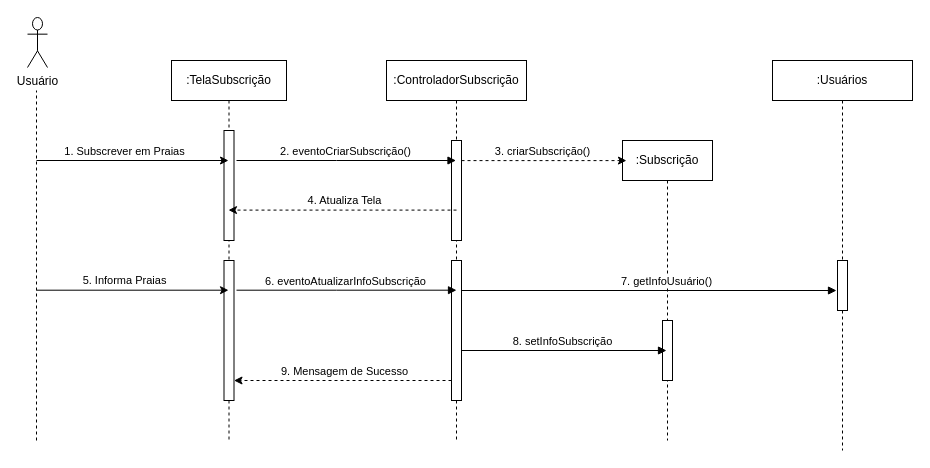
Before: src/drawio/Cadastrar-Praia.drawio in Hatz-D/Litoral-Puro-RJ, a draw.io diagram. Source tidied: cells renumbered, new cells numbered last; positions are measured from the earlier drawing's top-left corner, leaving out a move shared by most shapes. Both pictures are drawn from the tidied source at 100%, with x=0, y=0 at pixel (27, 17).
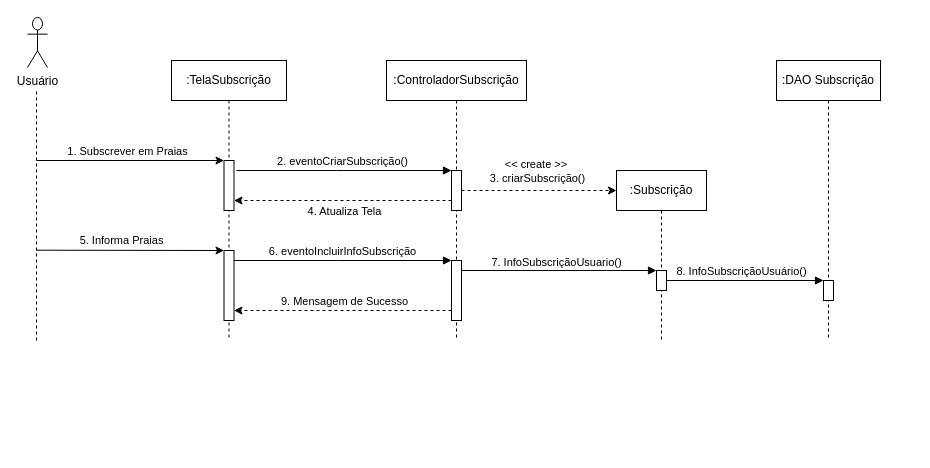
The same diagram, later.

The edit, as a diff of the source:
```diff
@@
     <mxCell id="2" value=":TelaSubscrição" style="shape=umlLifeline;perimeter=lifelinePerimeter;whiteSpace=wrap;html=1;outlineConnect=0;portConstraint=eastwest;newEdgeStyle={&quot;edgeStyle&quot;:&quot;elbowEdgeStyle&quot;,&quot;elbow&quot;:&quot;vertical&quot;,&quot;curved&quot;:0,&quot;rounded&quot;:0};" parent="1" vertex="1">
-      <mxGeometry x="144" y="43" width="115" height="380" as="geometry" />
+      <mxGeometry x="144" y="43" width="115" height="280" as="geometry" />
     </mxCell>
     <mxCell id="3" style="html=1;points=[];perimeter=orthogonalPerimeter;outlineConnect=0;targetShapes=umlLifeline;portConstraint=eastwest;newEdgeStyle={&quot;edgeStyle&quot;:&quot;elbowEdgeStyle&quot;,&quot;elbow&quot;:&quot;vertical&quot;,&quot;curved&quot;:0,&quot;rounded&quot;:0};" parent="2" vertex="1">
-      <mxGeometry x="52.5" y="70" width="10" height="110" as="geometry" />
+      <mxGeometry x="52.5" y="100" width="10" height="50" as="geometry" />
     </mxCell>
     <mxCell id="4" style="html=1;points=[];perimeter=orthogonalPerimeter;outlineConnect=0;targetShapes=umlLifeline;portConstraint=eastwest;newEdgeStyle={&quot;edgeStyle&quot;:&quot;elbowEdgeStyle&quot;,&quot;elbow&quot;:&quot;vertical&quot;,&quot;curved&quot;:0,&quot;rounded&quot;:0};" parent="2" vertex="1">
-      <mxGeometry x="52.5" y="200" width="10" height="140" as="geometry" />
+      <mxGeometry x="52.5" y="190" width="10" height="70" as="geometry" />
     </mxCell>
+    <mxCell id="19" style="endArrow=classic;html=1;rounded=0;" parent="2" edge="1" target="4">
+      <mxGeometry relative="1" as="geometry">
+        <mxPoint x="-135" y="189.7" as="sourcePoint" />
+      </mxGeometry>
+    </mxCell>
+    <mxCell id="20" value="5. Informa Praias" style="edgeLabel;html=1;align=center;verticalAlign=middle;" parent="19" vertex="1">
+      <mxGeometry x="-0.09" y="-1" relative="1" as="geometry">
+        <mxPoint y="-11" as="offset" />
+      </mxGeometry>
+    </mxCell>
     <mxCell id="5" value=":ControladorSubscrição" style="shape=umlLifeline;perimeter=lifelinePerimeter;whiteSpace=wrap;html=1;outlineConnect=0;portConstraint=eastwest;newEdgeStyle={&quot;edgeStyle&quot;:&quot;elbowEdgeStyle&quot;,&quot;elbow&quot;:&quot;vertical&quot;,&quot;curved&quot;:0,&quot;rounded&quot;:0};" parent="1" vertex="1">
-      <mxGeometry x="359" y="43" width="140" height="380" as="geometry" />
+      <mxGeometry x="359" y="43" width="140" height="280" as="geometry" />
     </mxCell>
     <mxCell id="6" style="html=1;points=[];perimeter=orthogonalPerimeter;outlineConnect=0;targetShapes=umlLifeline;portConstraint=eastwest;newEdgeStyle={&quot;edgeStyle&quot;:&quot;elbowEdgeStyle&quot;,&quot;elbow&quot;:&quot;vertical&quot;,&quot;curved&quot;:0,&quot;rounded&quot;:0};" parent="5" vertex="1">
-      <mxGeometry x="65" y="80" width="10" height="100" as="geometry" />
+      <mxGeometry x="65" y="110" width="10" height="40" as="geometry" />
     </mxCell>
     <mxCell id="7" style="html=1;points=[];perimeter=orthogonalPerimeter;outlineConnect=0;targetShapes=umlLifeline;portConstraint=eastwest;newEdgeStyle={&quot;edgeStyle&quot;:&quot;elbowEdgeStyle&quot;,&quot;elbow&quot;:&quot;vertical&quot;,&quot;curved&quot;:0,&quot;rounded&quot;:0};" parent="5" vertex="1">
-      <mxGeometry x="65" y="200" width="10" height="140" as="geometry" />
+      <mxGeometry x="65" y="200" width="10" height="60" as="geometry" />
     </mxCell>
-    <mxCell id="8" value="2. eventoCriarSubscrição()" style="html=1;verticalAlign=bottom;endArrow=block;edgeStyle=elbowEdgeStyle;elbow=vertical;curved=0;rounded=0;" parent="1" edge="1" target="5">
+    <mxCell id="8" value="2. eventoCriarSubscrição()" style="html=1;verticalAlign=bottom;endArrow=block;edgeStyle=elbowEdgeStyle;elbow=vertical;curved=0;rounded=0;" parent="1" edge="1">
       <mxGeometry x="-0.01" relative="1" as="geometry">
-        <mxPoint x="209" y="143" as="sourcePoint" />
+        <mxPoint x="209" y="153" as="sourcePoint" />
+        <mxPoint x="424" y="153" as="targetPoint" />
         <Array as="points">
-          <mxPoint x="309" y="143" />
+          <mxPoint x="309" y="153" />
         </Array>
       </mxGeometry>
     </mxCell>
     <mxCell id="9" style="endArrow=none;dashed=1;html=1;rounded=0;" parent="1" edge="1">
       <mxGeometry relative="1" as="geometry">
-        <mxPoint x="9" y="423" as="sourcePoint" />
+        <mxPoint x="9" y="323" as="sourcePoint" />
         <mxPoint x="9" y="73" as="targetPoint" />
       </mxGeometry>
     </mxCell>
@@
-    <mxCell id="11" style="endArrow=classic;html=1;rounded=0;" parent="1" edge="1" target="2">
+    <mxCell id="11" style="endArrow=classic;html=1;rounded=0;" parent="1" edge="1" target="3">
       <mxGeometry relative="1" as="geometry">
         <mxPoint x="9" y="143" as="sourcePoint" />
       </mxGeometry>
     </mxCell>
     <mxCell id="12" value="1. Subscrever em Praias" style="edgeLabel;html=1;align=center;verticalAlign=middle;" parent="11" vertex="1">
       <mxGeometry x="-0.09" y="-1" relative="1" as="geometry">
-        <mxPoint y="-11" as="offset" />
+        <mxPoint x="5" y="-11" as="offset" />
       </mxGeometry>
     </mxCell>
-    <mxCell id="13" value=":Subscrição" style="shape=umlLifeline;perimeter=lifelinePerimeter;whiteSpace=wrap;html=1;outlineConnect=0;portConstraint=eastwest;newEdgeStyle={&quot;edgeStyle&quot;:&quot;elbowEdgeStyle&quot;,&quot;elbow&quot;:&quot;vertical&quot;,&quot;curved&quot;:0,&quot;rounded&quot;:0};" parent="1" vertex="1">
-      <mxGeometry x="595" y="123" width="90" height="300" as="geometry" />
+    <mxCell id="13" value=":DAO Subscrição" style="shape=umlLifeline;perimeter=lifelinePerimeter;whiteSpace=wrap;html=1;outlineConnect=0;portConstraint=eastwest;newEdgeStyle={&quot;edgeStyle&quot;:&quot;elbowEdgeStyle&quot;,&quot;elbow&quot;:&quot;vertical&quot;,&quot;curved&quot;:0,&quot;rounded&quot;:0};" parent="1" vertex="1">
+      <mxGeometry x="749" y="43" width="104" height="280" as="geometry" />
     </mxCell>
-    <mxCell id="14" style="html=1;points=[];perimeter=orthogonalPerimeter;outlineConnect=0;targetShapes=umlLifeline;portConstraint=eastwest;newEdgeStyle={&quot;edgeStyle&quot;:&quot;elbowEdgeStyle&quot;,&quot;elbow&quot;:&quot;vertical&quot;,&quot;curved&quot;:0,&quot;rounded&quot;:0};" parent="13" vertex="1">
-      <mxGeometry x="40" y="180" width="10" height="60" as="geometry" />
-    </mxCell>
+    <mxCell id="28" style="html=1;perimeter=orthogonalPerimeter;targetShapes=umlLifeline;newEdgeStyle={&quot;edgeStyle&quot;:&quot;elbowEdgeStyle&quot;,&quot;elbow&quot;:&quot;vertical&quot;,&quot;curved&quot;:0,&quot;rounded&quot;:0};" parent="13" vertex="1">
+      <mxGeometry x="47" y="220" width="10" height="20" as="geometry" />
+    </mxCell>
-    <mxCell id="15" style="endArrow=classic;html=1;rounded=0;dashed=1;entryX=0.044;entryY=0.067;entryDx=0;entryDy=0;entryPerimeter=0;" parent="1" edge="1" source="6" target="13">
-      <mxGeometry relative="1" as="geometry" />
+    <mxCell id="15" style="endArrow=classic;html=1;rounded=0;dashed=1;" parent="1" edge="1">
+      <mxGeometry relative="1" as="geometry">
+        <mxPoint x="434" y="173" as="sourcePoint" />
+        <mxPoint x="589" y="173" as="targetPoint" />
+        <Array as="points">
+          <mxPoint x="519" y="173" />
+        </Array>
+      </mxGeometry>
     </mxCell>
-    <mxCell id="16" value="3. criarSubscrição()" style="edgeLabel;html=1;align=center;verticalAlign=middle;" parent="15" vertex="1">
+    <mxCell id="16" value="&amp;lt;&amp;lt; create &amp;gt;&amp;gt;&amp;nbsp;&lt;br&gt;&lt;div&gt;3. criarSubscrição()&lt;/div&gt;" style="edgeLabel;html=1;align=center;verticalAlign=middle;" parent="15" vertex="1">
       <mxGeometry x="-0.02" y="-3" relative="1" as="geometry">
-        <mxPoint x="-1" y="-13" as="offset" />
+        <mxPoint x="-1" y="-23" as="offset" />
       </mxGeometry>
     </mxCell>
-    <mxCell id="17" style="endArrow=classic;html=1;rounded=0;dashed=1;" parent="1" edge="1" target="2">
+    <mxCell id="17" style="endArrow=classic;html=1;rounded=0;dashed=1;" parent="1" edge="1">
       <mxGeometry relative="1" as="geometry">
-        <mxPoint x="429" y="192.6" as="sourcePoint" />
+        <mxPoint x="424" y="183" as="sourcePoint" />
+        <mxPoint x="206.5" y="183" as="targetPoint" />
       </mxGeometry>
     </mxCell>
     <mxCell id="18" value="4. Atualiza Tela" style="edgeLabel;html=1;align=center;verticalAlign=middle;" parent="17" vertex="1">
       <mxGeometry x="-0.02" y="-3" relative="1" as="geometry">
-        <mxPoint x="-1" y="-7" as="offset" />
+        <mxPoint x="-1" y="13" as="offset" />
       </mxGeometry>
     </mxCell>
-    <mxCell id="19" style="endArrow=classic;html=1;rounded=0;" parent="1" edge="1">
-      <mxGeometry relative="1" as="geometry">
-        <mxPoint x="9" y="272.7" as="sourcePoint" />
-        <mxPoint x="201" y="272.7" as="targetPoint" />
-      </mxGeometry>
-    </mxCell>
-    <mxCell id="20" value="5. Informa Praias" style="edgeLabel;html=1;align=center;verticalAlign=middle;" parent="19" vertex="1">
-      <mxGeometry x="-0.09" y="-1" relative="1" as="geometry">
-        <mxPoint y="-11" as="offset" />
-      </mxGeometry>
-    </mxCell>
-    <mxCell id="21" value="6. eventoAtualizarInfoSubscrição" style="html=1;verticalAlign=bottom;endArrow=block;edgeStyle=elbowEdgeStyle;elbow=vertical;curved=0;rounded=0;" parent="1" edge="1">
-      <mxGeometry x="-0.01" relative="1" as="geometry">
-        <mxPoint x="209" y="272.7" as="sourcePoint" />
-        <mxPoint x="429" y="272.7" as="targetPoint" />
-        <Array as="points">
-          <mxPoint x="309" y="272.7" />
-        </Array>
-      </mxGeometry>
-    </mxCell>
-    <mxCell id="22" value="8. setInfoSubscrição" style="html=1;verticalAlign=bottom;endArrow=block;edgeStyle=elbowEdgeStyle;elbow=vertical;curved=0;rounded=0;entryX=0.4;entryY=0.5;entryDx=0;entryDy=0;entryPerimeter=0;" parent="1" edge="1" source="7" target="14">
-      <mxGeometry x="-0.01" relative="1" as="geometry" />
-    </mxCell>
-    <mxCell id="23" value="7. getInfoUsuário()" style="html=1;verticalAlign=bottom;endArrow=block;edgeStyle=elbowEdgeStyle;elbow=vertical;curved=0;rounded=0;" parent="1" edge="1">
-      <mxGeometry x="0.15" relative="1" as="geometry">
-        <mxPoint x="434" y="298" as="sourcePoint" />
-        <mxPoint x="809" y="273" as="targetPoint" />
-        <Array as="points">
-          <mxPoint x="829" y="273" />
-        </Array>
-      </mxGeometry>
-    </mxCell>
-    <mxCell id="24" value=":Usuários" style="shape=umlLifeline;perimeter=lifelinePerimeter;whiteSpace=wrap;html=1;newEdgeStyle={&quot;edgeStyle&quot;:&quot;elbowEdgeStyle&quot;,&quot;elbow&quot;:&quot;vertical&quot;,&quot;curved&quot;:0,&quot;rounded&quot;:0};" parent="1" vertex="1">
-      <mxGeometry x="745" y="43" width="140" height="390" as="geometry" />
-    </mxCell>
-    <mxCell id="25" style="html=1;perimeter=orthogonalPerimeter;targetShapes=umlLifeline;newEdgeStyle={&quot;edgeStyle&quot;:&quot;elbowEdgeStyle&quot;,&quot;elbow&quot;:&quot;vertical&quot;,&quot;curved&quot;:0,&quot;rounded&quot;:0};" parent="24" vertex="1">
-      <mxGeometry x="65" y="200" width="10" height="50" as="geometry" />
-    </mxCell>
+    <mxCell id="29" value=":Subscrição" style="shape=umlLifeline;perimeter=lifelinePerimeter;whiteSpace=wrap;html=1;newEdgeStyle={&quot;edgeStyle&quot;:&quot;elbowEdgeStyle&quot;,&quot;elbow&quot;:&quot;vertical&quot;,&quot;curved&quot;:0,&quot;rounded&quot;:0};" parent="1" vertex="1">
+      <mxGeometry x="589" y="153" width="90" height="170" as="geometry" />
+    </mxCell>
+    <mxCell id="30" style="html=1;perimeter=orthogonalPerimeter;targetShapes=umlLifeline;newEdgeStyle={&quot;edgeStyle&quot;:&quot;elbowEdgeStyle&quot;,&quot;elbow&quot;:&quot;vertical&quot;,&quot;curved&quot;:0,&quot;rounded&quot;:0};" parent="29" vertex="1">
+      <mxGeometry x="40" y="100" width="10" height="20" as="geometry" />
+    </mxCell>
     <mxCell id="26" style="endArrow=classic;html=1;rounded=0;dashed=1;" parent="1" edge="1">
       <mxGeometry relative="1" as="geometry">
-        <mxPoint x="424" y="363" as="sourcePoint" />
-        <mxPoint x="206.5" y="363" as="targetPoint" />
+        <mxPoint x="424" y="293" as="sourcePoint" />
+        <mxPoint x="206.5" y="293" as="targetPoint" />
       </mxGeometry>
     </mxCell>
@@
+    <mxCell id="21" value="6. eventoIncluirInfoSubscrição" style="html=1;verticalAlign=bottom;endArrow=block;edgeStyle=elbowEdgeStyle;elbow=vertical;curved=0;rounded=0;" parent="1" edge="1" source="4">
+      <mxGeometry x="-0.01" relative="1" as="geometry">
+        <mxPoint x="424" y="243" as="targetPoint" />
+        <Array as="points">
+          <mxPoint x="309" y="243" />
+        </Array>
+      </mxGeometry>
+    </mxCell>
+    <mxCell id="31" value="7. InfoSubscriçãoUsuario()" style="html=1;verticalAlign=bottom;endArrow=block;edgeStyle=elbowEdgeStyle;elbow=vertical;curved=0;rounded=0;spacingBottom=-1;" parent="1" edge="1">
+      <mxGeometry x="-0.03" relative="1" as="geometry">
+        <mxPoint x="434" y="253" as="sourcePoint" />
+        <mxPoint x="629" y="253" as="targetPoint" />
+        <Array as="points">
+          <mxPoint x="579" y="253" />
+        </Array>
+      </mxGeometry>
+    </mxCell>
+    <mxCell id="22" value="8. InfoSubscriçãoUsuário()" style="html=1;verticalAlign=bottom;endArrow=block;edgeStyle=elbowEdgeStyle;elbow=vertical;curved=0;rounded=0;" parent="1" edge="1">
+      <mxGeometry x="-0.05" relative="1" as="geometry">
+        <mxPoint x="639" y="263" as="sourcePoint" />
+        <mxPoint x="796" y="263" as="targetPoint" />
+      </mxGeometry>
+    </mxCell>
```
